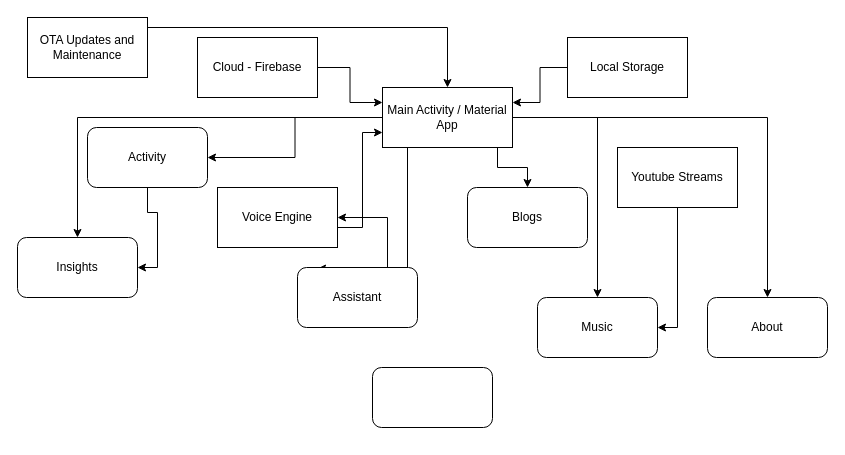
Before: netData/Structure.drawio in AJV009/meno_mood_hack, a draw.io diagram. Source tidied: cells renumbered, new cells numbered last; positions are measured from the earlier drawing's top-left corner, leaving out a move shared by most shapes. Both pictures are drawn from the tidied source at 100%, with x=0, y=0 at pixel (17, 17).
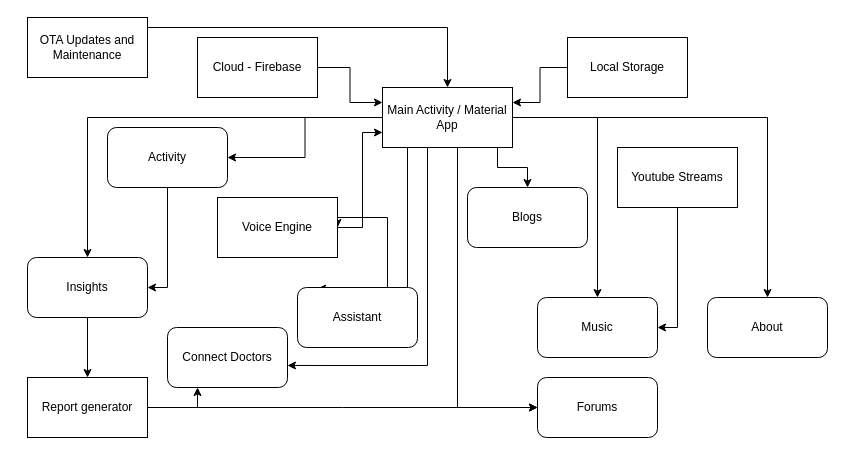
Above is the later version.

The change refers to these unchanged cells:
```xml
<mxCell id="8" value="Main Activity / Material App" style="rounded=0;whiteSpace=wrap;html=1;" parent="1" vertex="1">
  <mxGeometry x="365" y="70" width="130" height="60" as="geometry" />
</mxCell>
```

The edit, as a diff of the source:
```diff
@@
+    <mxCell id="28" style="edgeStyle=orthogonalEdgeStyle;rounded=0;jettySize=auto;html=1;" parent="1" edge="1" source="8" target="27">
+      <mxGeometry relative="1" as="geometry">
+        <Array as="points">
+          <mxPoint x="440" y="390" />
+        </Array>
+      </mxGeometry>
+    </mxCell>
+    <mxCell id="29" style="edgeStyle=orthogonalEdgeStyle;rounded=0;jettySize=auto;html=1;entryX=1;entryY=0.633;entryDx=0;entryDy=0;entryPerimeter=0;" parent="1" edge="1" source="8" target="31">
+      <mxGeometry relative="1" as="geometry">
+        <Array as="points">
+          <mxPoint x="410" y="348" />
+        </Array>
+      </mxGeometry>
+    </mxCell>
@@
+    <mxCell id="30" style="edgeStyle=orthogonalEdgeStyle;rounded=0;jettySize=auto;html=1;entryX=0.5;entryY=0;entryDx=0;entryDy=0;" parent="1" edge="1" source="9" target="34">
+      <mxGeometry relative="1" as="geometry" />
+    </mxCell>
     <mxCell id="9" value="Insights" style="rounded=1;whiteSpace=wrap;html=1;" parent="1" vertex="1">
-      <mxGeometry y="220" width="120" height="60" as="geometry" />
+      <mxGeometry x="10" y="240" width="120" height="60" as="geometry" />
     </mxCell>
@@
     <mxCell id="16" value="Activity" style="rounded=1;whiteSpace=wrap;html=1;" parent="1" vertex="1">
-      <mxGeometry x="70" y="110" width="120" height="60" as="geometry" />
+      <mxGeometry x="90" y="110" width="120" height="60" as="geometry" />
     </mxCell>
@@
     <mxCell id="22" value="Assistant" style="rounded=1;whiteSpace=wrap;html=1;" parent="1" vertex="1">
-      <mxGeometry x="280" y="250" width="120" height="60" as="geometry" />
+      <mxGeometry x="280" y="270" width="120" height="60" as="geometry" />
     </mxCell>
@@
     <mxCell id="24" value="Voice Engine" style="rounded=0;whiteSpace=wrap;html=1;" parent="1" vertex="1">
-      <mxGeometry x="200" y="170" width="120" height="60" as="geometry" />
+      <mxGeometry x="200" y="180" width="120" height="60" as="geometry" />
     </mxCell>
@@
-    <mxCell id="27" style="rounded=1;whiteSpace=wrap;html=1;" parent="1" vertex="1">
-      <mxGeometry x="355" y="350" width="120" height="60" as="geometry" />
+    <mxCell id="27" value="Forums" style="rounded=1;whiteSpace=wrap;html=1;" parent="1" vertex="1">
+      <mxGeometry x="520" y="360" width="120" height="60" as="geometry" />
     </mxCell>
+    <mxCell id="31" value="Connect Doctors" style="rounded=1;whiteSpace=wrap;html=1;" parent="1" vertex="1">
+      <mxGeometry x="150" y="310" width="120" height="60" as="geometry" />
+    </mxCell>
+    <mxCell id="32" style="edgeStyle=orthogonalEdgeStyle;rounded=0;jettySize=auto;html=1;entryX=0.25;entryY=1;entryDx=0;entryDy=0;" parent="1" edge="1" source="34" target="31">
+      <mxGeometry relative="1" as="geometry" />
+    </mxCell>
+    <mxCell id="33" style="edgeStyle=orthogonalEdgeStyle;rounded=0;jettySize=auto;html=1;" parent="1" edge="1" source="34">
+      <mxGeometry relative="1" as="geometry">
+        <mxPoint x="520" y="390" as="targetPoint" />
+      </mxGeometry>
+    </mxCell>
+    <mxCell id="34" value="Report generator" style="rounded=0;whiteSpace=wrap;html=1;" parent="1" vertex="1">
+      <mxGeometry x="10" y="360" width="120" height="60" as="geometry" />
+    </mxCell>
```
